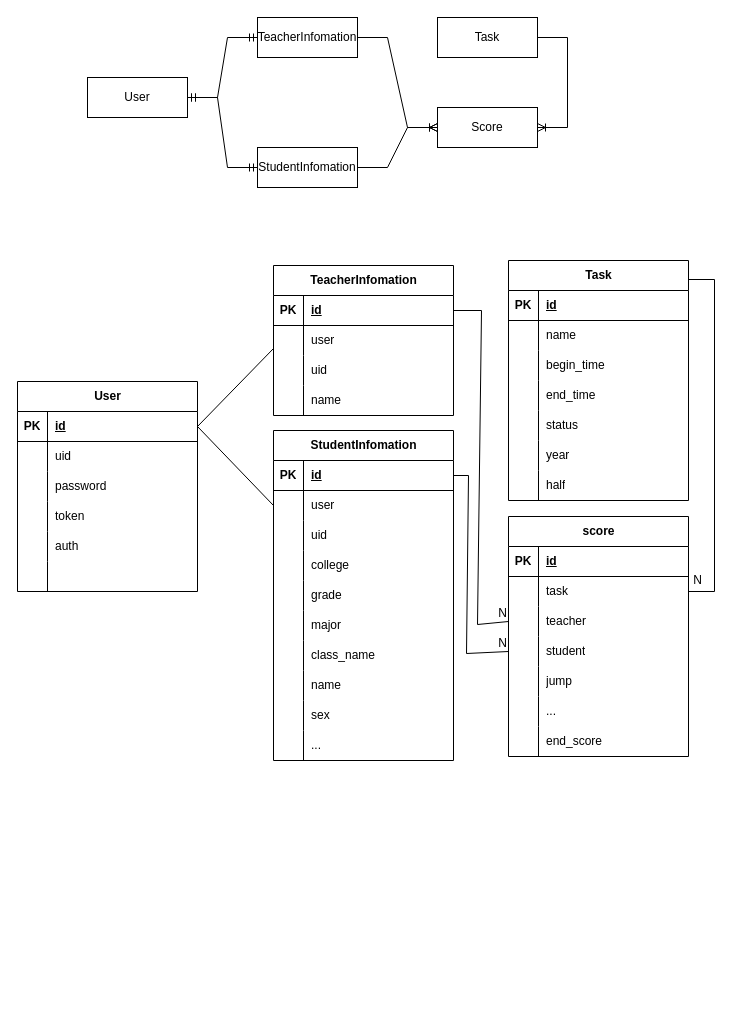
CNpupil/tice keeps this draw.io diagram as page "第 5 页" (5 of 5) of usercase.drawio. Above is the earlier version. Source tidied: cells renumbered, new cells numbered last; positions are measured from the earlier drawing's top-left corner, leaving out a move shared by most shapes. Both pictures are drawn from the tidied source at 100%, with x=0, y=0 at pixel (17, 17).
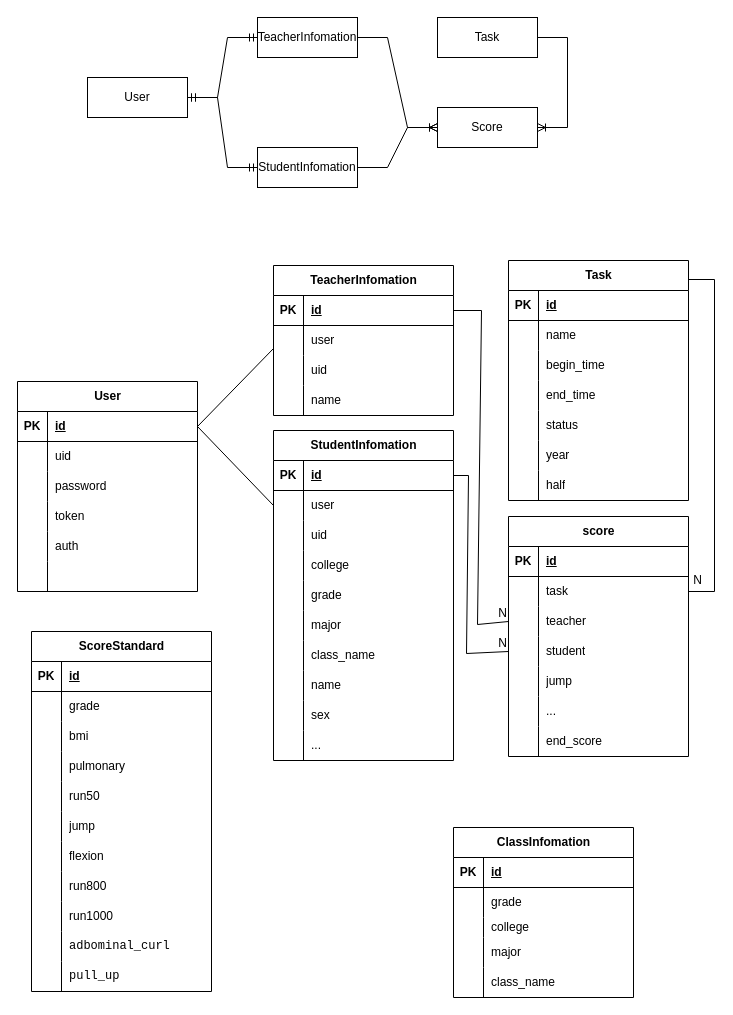
Above is the later version.

The edit, as a diff of the source:
```diff
@@
+    <mxCell id="127" value="ScoreStandard" style="shape=table;startSize=30;childLayout=tableLayout;rowLines=0;fontStyle=1;align=center;html=1;labelBackgroundColor=none;" parent="1" vertex="1">
+      <mxGeometry x="14" y="614" width="180" height="360" as="geometry" />
+    </mxCell>
+    <mxCell id="128" style="shape=tableRow;horizontal=0;startSize=0;swimlaneHead=0;swimlaneBody=0;fillColor=none;top=0;left=0;right=0;bottom=1;labelBackgroundColor=none;" parent="127" vertex="1">
+      <mxGeometry y="30" width="180" height="30" as="geometry" />
+    </mxCell>
+    <mxCell id="129" value="PK" style="shape=partialRectangle;fillColor=none;top=0;left=0;bottom=0;right=0;fontStyle=1;overflow=hidden;whiteSpace=wrap;html=1;labelBackgroundColor=none;" parent="128" vertex="1">
+      <mxGeometry width="30" height="30" as="geometry" />
+    </mxCell>
+    <mxCell id="130" value="id" style="shape=partialRectangle;fillColor=none;top=0;left=0;bottom=0;right=0;align=left;spacingLeft=6;fontStyle=5;overflow=hidden;whiteSpace=wrap;html=1;labelBackgroundColor=none;" parent="128" vertex="1">
+      <mxGeometry x="30" width="150" height="30" as="geometry" />
+    </mxCell>
+    <mxCell id="131" style="shape=tableRow;horizontal=0;startSize=0;swimlaneHead=0;swimlaneBody=0;fillColor=none;top=0;left=0;right=0;bottom=0;labelBackgroundColor=none;" parent="127" vertex="1">
+      <mxGeometry y="60" width="180" height="30" as="geometry" />
+    </mxCell>
+    <mxCell id="132" style="shape=partialRectangle;fillColor=none;top=0;left=0;bottom=0;right=0;overflow=hidden;whiteSpace=wrap;html=1;labelBackgroundColor=none;" parent="131" vertex="1">
+      <mxGeometry width="30" height="30" as="geometry" />
+    </mxCell>
+    <mxCell id="133" value="grade" style="shape=partialRectangle;fillColor=none;top=0;left=0;bottom=0;right=0;align=left;spacingLeft=6;overflow=hidden;whiteSpace=wrap;html=1;labelBackgroundColor=none;" parent="131" vertex="1">
+      <mxGeometry x="30" width="150" height="30" as="geometry" />
+    </mxCell>
+    <mxCell id="134" style="shape=tableRow;horizontal=0;startSize=0;swimlaneHead=0;swimlaneBody=0;fillColor=none;top=0;left=0;right=0;bottom=0;labelBackgroundColor=none;" parent="127" vertex="1">
+      <mxGeometry y="90" width="180" height="30" as="geometry" />
+    </mxCell>
+    <mxCell id="135" style="shape=partialRectangle;fillColor=none;top=0;left=0;bottom=0;right=0;overflow=hidden;whiteSpace=wrap;html=1;labelBackgroundColor=none;" parent="134" vertex="1">
+      <mxGeometry width="30" height="30" as="geometry" />
+    </mxCell>
+    <mxCell id="136" value="bmi" style="shape=partialRectangle;fillColor=none;top=0;left=0;bottom=0;right=0;align=left;spacingLeft=6;overflow=hidden;whiteSpace=wrap;html=1;labelBackgroundColor=none;" parent="134" vertex="1">
+      <mxGeometry x="30" width="150" height="30" as="geometry" />
+    </mxCell>
+    <mxCell id="137" style="shape=tableRow;horizontal=0;startSize=0;swimlaneHead=0;swimlaneBody=0;fillColor=none;top=0;left=0;right=0;bottom=0;labelBackgroundColor=none;" parent="127" vertex="1">
+      <mxGeometry y="120" width="180" height="30" as="geometry" />
+    </mxCell>
+    <mxCell id="138" style="shape=partialRectangle;fillColor=none;top=0;left=0;bottom=0;right=0;overflow=hidden;whiteSpace=wrap;html=1;labelBackgroundColor=none;" parent="137" vertex="1">
+      <mxGeometry width="30" height="30" as="geometry" />
+    </mxCell>
+    <mxCell id="139" value="pulmonary" style="shape=partialRectangle;fillColor=none;top=0;left=0;bottom=0;right=0;align=left;spacingLeft=6;overflow=hidden;whiteSpace=wrap;html=1;labelBackgroundColor=none;" parent="137" vertex="1">
+      <mxGeometry x="30" width="150" height="30" as="geometry" />
+    </mxCell>
+    <mxCell id="140" style="shape=tableRow;horizontal=0;startSize=0;swimlaneHead=0;swimlaneBody=0;fillColor=none;top=0;left=0;right=0;bottom=0;labelBackgroundColor=none;" parent="127" vertex="1">
+      <mxGeometry y="150" width="180" height="30" as="geometry" />
+    </mxCell>
+    <mxCell id="141" style="shape=partialRectangle;fillColor=none;top=0;left=0;bottom=0;right=0;overflow=hidden;whiteSpace=wrap;html=1;labelBackgroundColor=none;" parent="140" vertex="1">
+      <mxGeometry width="30" height="30" as="geometry" />
+    </mxCell>
+    <mxCell id="142" value="run50" style="shape=partialRectangle;fillColor=none;top=0;left=0;bottom=0;right=0;align=left;spacingLeft=6;overflow=hidden;whiteSpace=wrap;html=1;labelBackgroundColor=none;" parent="140" vertex="1">
+      <mxGeometry x="30" width="150" height="30" as="geometry" />
+    </mxCell>
+    <mxCell id="143" style="shape=tableRow;horizontal=0;startSize=0;swimlaneHead=0;swimlaneBody=0;fillColor=none;top=0;left=0;right=0;bottom=0;labelBackgroundColor=none;" parent="127" vertex="1">
+      <mxGeometry y="180" width="180" height="30" as="geometry" />
+    </mxCell>
+    <mxCell id="144" style="shape=partialRectangle;fillColor=none;top=0;left=0;bottom=0;right=0;overflow=hidden;whiteSpace=wrap;html=1;labelBackgroundColor=none;" parent="143" vertex="1">
+      <mxGeometry width="30" height="30" as="geometry" />
+    </mxCell>
+    <mxCell id="145" value="jump" style="shape=partialRectangle;fillColor=none;top=0;left=0;bottom=0;right=0;align=left;spacingLeft=6;overflow=hidden;whiteSpace=wrap;html=1;labelBackgroundColor=none;" parent="143" vertex="1">
+      <mxGeometry x="30" width="150" height="30" as="geometry" />
+    </mxCell>
+    <mxCell id="146" style="shape=tableRow;horizontal=0;startSize=0;swimlaneHead=0;swimlaneBody=0;fillColor=none;top=0;left=0;right=0;bottom=0;labelBackgroundColor=none;" parent="127" vertex="1">
+      <mxGeometry y="210" width="180" height="30" as="geometry" />
+    </mxCell>
+    <mxCell id="147" style="shape=partialRectangle;fillColor=none;top=0;left=0;bottom=0;right=0;overflow=hidden;whiteSpace=wrap;html=1;labelBackgroundColor=none;" parent="146" vertex="1">
+      <mxGeometry width="30" height="30" as="geometry" />
+    </mxCell>
+    <mxCell id="148" value="flexion" style="shape=partialRectangle;fillColor=none;top=0;left=0;bottom=0;right=0;align=left;spacingLeft=6;overflow=hidden;whiteSpace=wrap;html=1;labelBackgroundColor=none;" parent="146" vertex="1">
+      <mxGeometry x="30" width="150" height="30" as="geometry" />
+    </mxCell>
+    <mxCell id="149" style="shape=tableRow;horizontal=0;startSize=0;swimlaneHead=0;swimlaneBody=0;fillColor=none;top=0;left=0;right=0;bottom=0;labelBackgroundColor=none;" parent="127" vertex="1">
+      <mxGeometry y="240" width="180" height="30" as="geometry" />
+    </mxCell>
+    <mxCell id="150" style="shape=partialRectangle;fillColor=none;top=0;left=0;bottom=0;right=0;overflow=hidden;whiteSpace=wrap;html=1;labelBackgroundColor=none;" parent="149" vertex="1">
+      <mxGeometry width="30" height="30" as="geometry" />
+    </mxCell>
+    <mxCell id="151" value="run800" style="shape=partialRectangle;fillColor=none;top=0;left=0;bottom=0;right=0;align=left;spacingLeft=6;overflow=hidden;whiteSpace=wrap;html=1;labelBackgroundColor=none;" parent="149" vertex="1">
+      <mxGeometry x="30" width="150" height="30" as="geometry" />
+    </mxCell>
+    <mxCell id="152" style="shape=tableRow;horizontal=0;startSize=0;swimlaneHead=0;swimlaneBody=0;fillColor=none;top=0;left=0;right=0;bottom=0;labelBackgroundColor=none;" parent="127" vertex="1">
+      <mxGeometry y="270" width="180" height="30" as="geometry" />
+    </mxCell>
+    <mxCell id="153" style="shape=partialRectangle;fillColor=none;top=0;left=0;bottom=0;right=0;overflow=hidden;whiteSpace=wrap;html=1;labelBackgroundColor=none;" parent="152" vertex="1">
+      <mxGeometry width="30" height="30" as="geometry" />
+    </mxCell>
+    <mxCell id="154" value="run1000" style="shape=partialRectangle;fillColor=none;top=0;left=0;bottom=0;right=0;align=left;spacingLeft=6;overflow=hidden;whiteSpace=wrap;html=1;labelBackgroundColor=none;" parent="152" vertex="1">
+      <mxGeometry x="30" width="150" height="30" as="geometry" />
+    </mxCell>
+    <mxCell id="155" style="shape=tableRow;horizontal=0;startSize=0;swimlaneHead=0;swimlaneBody=0;fillColor=none;top=0;left=0;right=0;bottom=0;labelBackgroundColor=none;" parent="127" vertex="1">
+      <mxGeometry y="300" width="180" height="30" as="geometry" />
+    </mxCell>
+    <mxCell id="156" style="shape=partialRectangle;fillColor=none;top=0;left=0;bottom=0;right=0;overflow=hidden;whiteSpace=wrap;html=1;labelBackgroundColor=none;" parent="155" vertex="1">
+      <mxGeometry width="30" height="30" as="geometry" />
+    </mxCell>
+    <mxCell id="157" value="&lt;div style=&quot;font-family: Consolas, &amp;quot;Courier New&amp;quot;, monospace; line-height: 19px;&quot;&gt;&lt;span style=&quot;background-color: rgb(255, 255, 255);&quot;&gt;&lt;font style=&quot;font-size: 12px;&quot;&gt;adbominal_curl&lt;/font&gt;&lt;/span&gt;&lt;/div&gt;" style="shape=partialRectangle;fillColor=none;top=0;left=0;bottom=0;right=0;align=left;spacingLeft=6;overflow=hidden;whiteSpace=wrap;html=1;labelBackgroundColor=none;" parent="155" vertex="1">
+      <mxGeometry x="30" width="150" height="30" as="geometry" />
+    </mxCell>
+    <mxCell id="158" style="shape=tableRow;horizontal=0;startSize=0;swimlaneHead=0;swimlaneBody=0;fillColor=none;top=0;left=0;right=0;bottom=0;labelBackgroundColor=none;" parent="127" vertex="1">
+      <mxGeometry y="330" width="180" height="30" as="geometry" />
+    </mxCell>
+    <mxCell id="159" style="shape=partialRectangle;fillColor=none;top=0;left=0;bottom=0;right=0;overflow=hidden;whiteSpace=wrap;html=1;labelBackgroundColor=none;" parent="158" vertex="1">
+      <mxGeometry width="30" height="30" as="geometry" />
+    </mxCell>
+    <mxCell id="160" value="&lt;div style=&quot;font-family: Consolas, &amp;quot;Courier New&amp;quot;, monospace; line-height: 19px;&quot;&gt;&lt;span style=&quot;background-color: rgb(255, 255, 255);&quot;&gt;&lt;font style=&quot;font-size: 12px;&quot;&gt;pull_up&lt;/font&gt;&lt;/span&gt;&lt;/div&gt;" style="shape=partialRectangle;fillColor=none;top=0;left=0;bottom=0;right=0;align=left;spacingLeft=6;overflow=hidden;whiteSpace=wrap;html=1;labelBackgroundColor=none;" parent="158" vertex="1">
+      <mxGeometry x="30" width="150" height="30" as="geometry" />
+    </mxCell>
+    <mxCell id="161" value="ClassInfomation" style="shape=table;startSize=30;childLayout=tableLayout;rowLines=0;fontStyle=1;align=center;html=1;labelBackgroundColor=none;" parent="1" vertex="1">
+      <mxGeometry x="436" y="810" width="180" height="170" as="geometry" />
+    </mxCell>
+    <mxCell id="162" style="shape=tableRow;horizontal=0;startSize=0;swimlaneHead=0;swimlaneBody=0;fillColor=none;top=0;left=0;right=0;bottom=1;labelBackgroundColor=none;" parent="161" vertex="1">
+      <mxGeometry y="30" width="180" height="30" as="geometry" />
+    </mxCell>
+    <mxCell id="163" value="PK" style="shape=partialRectangle;fillColor=none;top=0;left=0;bottom=0;right=0;fontStyle=1;overflow=hidden;whiteSpace=wrap;html=1;labelBackgroundColor=none;" parent="162" vertex="1">
+      <mxGeometry width="30" height="30" as="geometry" />
+    </mxCell>
+    <mxCell id="164" value="id" style="shape=partialRectangle;fillColor=none;top=0;left=0;bottom=0;right=0;align=left;spacingLeft=6;fontStyle=5;overflow=hidden;whiteSpace=wrap;html=1;labelBackgroundColor=none;" parent="162" vertex="1">
+      <mxGeometry x="30" width="150" height="30" as="geometry" />
+    </mxCell>
+    <mxCell id="165" style="shape=tableRow;horizontal=0;startSize=0;swimlaneHead=0;swimlaneBody=0;fillColor=none;top=0;left=0;right=0;bottom=0;labelBackgroundColor=none;" parent="161" vertex="1">
+      <mxGeometry y="60" width="180" height="30" as="geometry" />
+    </mxCell>
+    <mxCell id="166" style="shape=partialRectangle;fillColor=none;top=0;left=0;bottom=0;right=0;overflow=hidden;whiteSpace=wrap;html=1;labelBackgroundColor=none;" parent="165" vertex="1">
+      <mxGeometry width="30" height="30" as="geometry" />
+    </mxCell>
+    <mxCell id="167" value="grade" style="shape=partialRectangle;fillColor=none;top=0;left=0;bottom=0;right=0;align=left;spacingLeft=6;overflow=hidden;whiteSpace=wrap;html=1;labelBackgroundColor=none;" parent="165" vertex="1">
+      <mxGeometry x="30" width="150" height="30" as="geometry" />
+    </mxCell>
+    <mxCell id="168" style="shape=tableRow;horizontal=0;startSize=0;swimlaneHead=0;swimlaneBody=0;fillColor=none;top=0;left=0;right=0;bottom=0;labelBackgroundColor=none;" parent="161" vertex="1">
+      <mxGeometry y="90" width="180" height="20" as="geometry" />
+    </mxCell>
+    <mxCell id="169" style="shape=partialRectangle;fillColor=none;top=0;left=0;bottom=0;right=0;overflow=hidden;whiteSpace=wrap;html=1;labelBackgroundColor=none;" parent="168" vertex="1">
+      <mxGeometry width="30" height="20" as="geometry" />
+    </mxCell>
+    <mxCell id="170" value="college" style="shape=partialRectangle;fillColor=none;top=0;left=0;bottom=0;right=0;align=left;spacingLeft=6;overflow=hidden;whiteSpace=wrap;html=1;labelBackgroundColor=none;" parent="168" vertex="1">
+      <mxGeometry x="30" width="150" height="20" as="geometry" />
+    </mxCell>
+    <mxCell id="171" style="shape=tableRow;horizontal=0;startSize=0;swimlaneHead=0;swimlaneBody=0;fillColor=none;top=0;left=0;right=0;bottom=0;labelBackgroundColor=none;" parent="161" vertex="1">
+      <mxGeometry y="110" width="180" height="30" as="geometry" />
+    </mxCell>
+    <mxCell id="172" style="shape=partialRectangle;fillColor=none;top=0;left=0;bottom=0;right=0;overflow=hidden;whiteSpace=wrap;html=1;labelBackgroundColor=none;" parent="171" vertex="1">
+      <mxGeometry width="30" height="30" as="geometry" />
+    </mxCell>
+    <mxCell id="173" value="major" style="shape=partialRectangle;fillColor=none;top=0;left=0;bottom=0;right=0;align=left;spacingLeft=6;overflow=hidden;whiteSpace=wrap;html=1;labelBackgroundColor=none;" parent="171" vertex="1">
+      <mxGeometry x="30" width="150" height="30" as="geometry" />
+    </mxCell>
+    <mxCell id="174" style="shape=tableRow;horizontal=0;startSize=0;swimlaneHead=0;swimlaneBody=0;fillColor=none;top=0;left=0;right=0;bottom=0;labelBackgroundColor=none;" parent="161" vertex="1">
+      <mxGeometry y="140" width="180" height="30" as="geometry" />
+    </mxCell>
+    <mxCell id="175" style="shape=partialRectangle;fillColor=none;top=0;left=0;bottom=0;right=0;overflow=hidden;whiteSpace=wrap;html=1;labelBackgroundColor=none;" parent="174" vertex="1">
+      <mxGeometry width="30" height="30" as="geometry" />
+    </mxCell>
+    <mxCell id="176" value="class_name" style="shape=partialRectangle;fillColor=none;top=0;left=0;bottom=0;right=0;align=left;spacingLeft=6;overflow=hidden;whiteSpace=wrap;html=1;labelBackgroundColor=none;" parent="174" vertex="1">
+      <mxGeometry x="30" width="150" height="30" as="geometry" />
+    </mxCell>
```
